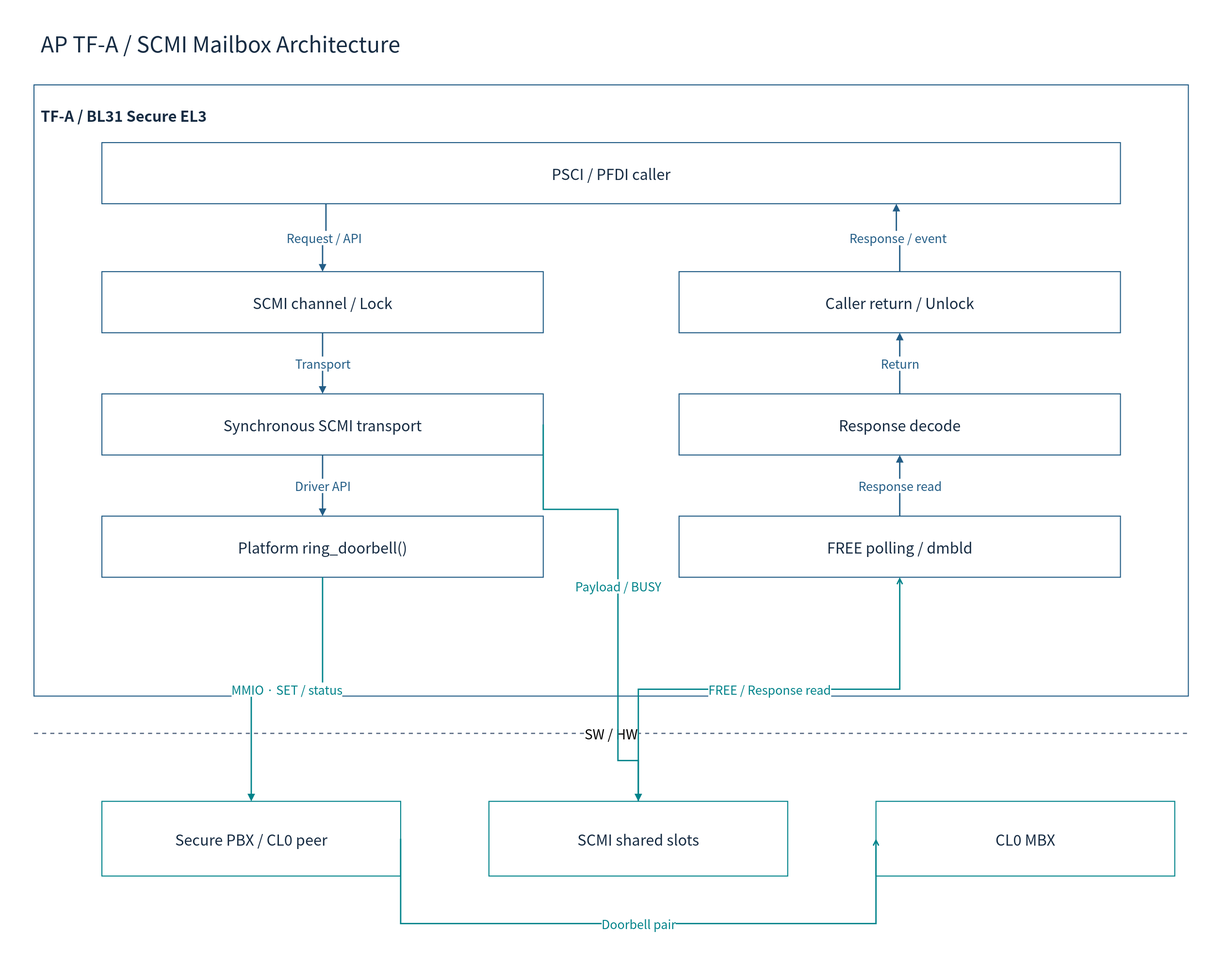
The draw.io diagram doc/phase1/mailbox/diagrams/14-tfa-software.drawio.svg in cometzero/project-apollo, before a commit. Source tidied: cells renumbered, new cells last; positions are measured from the earlier drawing's top-left corner, leaving out a move shared by most shapes.
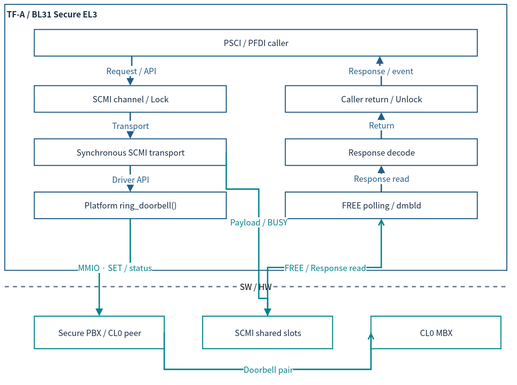
The same file after the commit.

What changed in the source:
```diff
@@ -2,88 +2,82 @@
   <root>
     <mxCell id="0" />
     <mxCell id="1" parent="0" />
-    <mxCell id="2" style="rounded=0;whiteSpace=wrap;html=1;fillColor=#FFFFFF;strokeColor=none;strokeWidth=1.5;fontColor=#172C43;fontFamily=Noto Sans CJK KR;fontSize=22;spacing=10;" parent="1" vertex="1">
-      <mxGeometry width="1800" height="1420" as="geometry" />
-    </mxCell>
-    <mxCell id="3" value="AP TF-A / SCMI Mailbox Architecture" style="rounded=0;whiteSpace=wrap;html=1;fillColor=#FFFFFF;strokeColor=none;strokeWidth=1.5;fontColor=#172C43;fontFamily=Noto Sans CJK KR;fontSize=22;spacing=10;fontSize=32;align=left;" parent="1" vertex="1">
-      <mxGeometry x="50" y="30" width="1700" height="65" as="geometry" />
-    </mxCell>
-    <mxCell id="4" value="TF-A / BL31 Secure EL3" style="rounded=0;whiteSpace=wrap;html=1;fillColor=#FFFFFF;strokeColor=#235D86;strokeWidth=1.5;fontColor=#172C43;fontFamily=Noto Sans CJK KR;fontSize=22;spacing=10;verticalAlign=top;fontStyle=1;spacingTop=16;align=left;" parent="1" vertex="1">
-      <mxGeometry x="50" y="125" width="1700" height="900" as="geometry" />
+    <mxCell id="4" value="TF-A / BL31 Secure EL3" style="rounded=0;whiteSpace=wrap;html=1;fillColor=#FFFFFF;strokeColor=#235D86;strokeWidth=1.5;fontColor=#172C43;fontFamily=Noto Sans CJK KR;verticalAlign=top;fontStyle=1;align=left;fontSize=12;spacing=3;whiteSpace=wrap;" parent="1" vertex="1">
+      <mxGeometry x="12" y="29.4" width="740" height="391.8" as="geometry" />
     </mxCell>
-    <mxCell id="5" value="PSCI / PFDI caller" style="rounded=0;whiteSpace=wrap;html=1;fillColor=#FFFFFF;strokeColor=#235D86;strokeWidth=1.5;fontColor=#172C43;fontFamily=Noto Sans CJK KR;fontSize=22;spacing=10;" parent="4" vertex="1">
-      <mxGeometry x="100" y="85" width="1500" height="90" as="geometry" />
+    <mxCell id="5" value="PSCI / PFDI caller" style="rounded=0;whiteSpace=wrap;html=1;fillColor=#FFFFFF;strokeColor=#235D86;strokeWidth=1.5;fontColor=#172C43;fontFamily=Noto Sans CJK KR;fontSize=12;spacing=3;whiteSpace=wrap;" parent="4" vertex="1">
+      <mxGeometry x="43.5" y="37" width="652.9" height="39.2" as="geometry" />
     </mxCell>
-    <mxCell id="6" value="SCMI channel / Lock" style="rounded=0;whiteSpace=wrap;html=1;fillColor=#FFFFFF;strokeColor=#235D86;strokeWidth=1.5;fontColor=#172C43;fontFamily=Noto Sans CJK KR;fontSize=22;spacing=10;" parent="4" vertex="1">
-      <mxGeometry x="100" y="275" width="650" height="90" as="geometry" />
+    <mxCell id="6" value="SCMI channel / Lock" style="rounded=0;whiteSpace=wrap;html=1;fillColor=#FFFFFF;strokeColor=#235D86;strokeWidth=1.5;fontColor=#172C43;fontFamily=Noto Sans CJK KR;fontSize=12;spacing=3;whiteSpace=wrap;" parent="4" vertex="1">
+      <mxGeometry x="43.5" y="119.7" width="282.9" height="39.2" as="geometry" />
     </mxCell>
-    <mxCell id="7" value="Synchronous SCMI transport" style="rounded=0;whiteSpace=wrap;html=1;fillColor=#FFFFFF;strokeColor=#235D86;strokeWidth=1.5;fontColor=#172C43;fontFamily=Noto Sans CJK KR;fontSize=22;spacing=10;" parent="4" vertex="1">
-      <mxGeometry x="100" y="455" width="650" height="90" as="geometry" />
+    <mxCell id="7" value="Synchronous SCMI transport" style="rounded=0;whiteSpace=wrap;html=1;fillColor=#FFFFFF;strokeColor=#235D86;strokeWidth=1.5;fontColor=#172C43;fontFamily=Noto Sans CJK KR;fontSize=12;spacing=3;whiteSpace=wrap;" parent="4" vertex="1">
+      <mxGeometry x="43.5" y="198.1" width="282.9" height="39.2" as="geometry" />
     </mxCell>
-    <mxCell id="8" value="Platform ring_doorbell()" style="rounded=0;whiteSpace=wrap;html=1;fillColor=#FFFFFF;strokeColor=#235D86;strokeWidth=1.5;fontColor=#172C43;fontFamily=Noto Sans CJK KR;fontSize=22;spacing=10;" parent="4" vertex="1">
-      <mxGeometry x="100" y="635" width="650" height="90" as="geometry" />
+    <mxCell id="8" value="Platform ring_doorbell()" style="rounded=0;whiteSpace=wrap;html=1;fillColor=#FFFFFF;strokeColor=#235D86;strokeWidth=1.5;fontColor=#172C43;fontFamily=Noto Sans CJK KR;fontSize=12;spacing=3;whiteSpace=wrap;" parent="4" vertex="1">
+      <mxGeometry x="43.5" y="276.4" width="282.9" height="39.2" as="geometry" />
     </mxCell>
-    <mxCell id="9" value="Caller return / Unlock" style="rounded=0;whiteSpace=wrap;html=1;fillColor=#FFFFFF;strokeColor=#235D86;strokeWidth=1.5;fontColor=#172C43;fontFamily=Noto Sans CJK KR;fontSize=22;spacing=10;" parent="4" vertex="1">
-      <mxGeometry x="950" y="275" width="650" height="90" as="geometry" />
+    <mxCell id="9" value="Caller return / Unlock" style="rounded=0;whiteSpace=wrap;html=1;fillColor=#FFFFFF;strokeColor=#235D86;strokeWidth=1.5;fontColor=#172C43;fontFamily=Noto Sans CJK KR;fontSize=12;spacing=3;whiteSpace=wrap;" parent="4" vertex="1">
+      <mxGeometry x="413.5" y="119.7" width="282.9" height="39.2" as="geometry" />
     </mxCell>
-    <mxCell id="10" value="Response decode" style="rounded=0;whiteSpace=wrap;html=1;fillColor=#FFFFFF;strokeColor=#235D86;strokeWidth=1.5;fontColor=#172C43;fontFamily=Noto Sans CJK KR;fontSize=22;spacing=10;" parent="4" vertex="1">
-      <mxGeometry x="950" y="455" width="650" height="90" as="geometry" />
+    <mxCell id="10" value="Response decode" style="rounded=0;whiteSpace=wrap;html=1;fillColor=#FFFFFF;strokeColor=#235D86;strokeWidth=1.5;fontColor=#172C43;fontFamily=Noto Sans CJK KR;fontSize=12;spacing=3;whiteSpace=wrap;" parent="4" vertex="1">
+      <mxGeometry x="413.5" y="198.1" width="282.9" height="39.2" as="geometry" />
     </mxCell>
-    <mxCell id="11" value="FREE polling / dmbld" style="rounded=0;whiteSpace=wrap;html=1;fillColor=#FFFFFF;strokeColor=#235D86;strokeWidth=1.5;fontColor=#172C43;fontFamily=Noto Sans CJK KR;fontSize=22;spacing=10;" parent="4" vertex="1">
-      <mxGeometry x="950" y="635" width="650" height="90" as="geometry" />
+    <mxCell id="11" value="FREE polling / dmbld" style="rounded=0;whiteSpace=wrap;html=1;fillColor=#FFFFFF;strokeColor=#235D86;strokeWidth=1.5;fontColor=#172C43;fontFamily=Noto Sans CJK KR;fontSize=12;spacing=3;whiteSpace=wrap;" parent="4" vertex="1">
+      <mxGeometry x="413.5" y="276.4" width="282.9" height="39.2" as="geometry" />
     </mxCell>
-    <mxCell id="12" value="Request / API" style="edgeStyle=orthogonalEdgeStyle;rounded=0;html=1;endArrow=block;endFill=1;strokeWidth=2;strokeColor=#235D86;fontColor=#235D86;fontFamily=Noto Sans CJK KR;fontSize=18;labelBackgroundColor=#FFFFFF;exitX=0.22;exitY=1;entryX=0.5;entryY=0;" parent="1" edge="1" source="5" target="6">
+    <mxCell id="12" value="Request / API" style="edgeStyle=orthogonalEdgeStyle;rounded=0;html=1;endArrow=block;endFill=1;strokeWidth=2;strokeColor=#235D86;fontColor=#235D86;fontFamily=Noto Sans CJK KR;labelBackgroundColor=#FFFFFF;exitX=0.22;exitY=1;entryX=0.5;entryY=0;fontSize=12;spacing=3;whiteSpace=nowrap;" parent="1" edge="1" source="5" target="6">
       <mxGeometry relative="1" as="geometry" />
     </mxCell>
-    <mxCell id="13" value="Transport" style="edgeStyle=orthogonalEdgeStyle;rounded=0;html=1;endArrow=block;endFill=1;strokeWidth=2;strokeColor=#235D86;fontColor=#235D86;fontFamily=Noto Sans CJK KR;fontSize=18;labelBackgroundColor=#FFFFFF;exitX=0.5;exitY=1;entryX=0.5;entryY=0;" parent="1" edge="1" source="6" target="7">
+    <mxCell id="13" value="Transport" style="edgeStyle=orthogonalEdgeStyle;rounded=0;html=1;endArrow=block;endFill=1;strokeWidth=2;strokeColor=#235D86;fontColor=#235D86;fontFamily=Noto Sans CJK KR;labelBackgroundColor=#FFFFFF;exitX=0.5;exitY=1;entryX=0.5;entryY=0;fontSize=12;spacing=3;whiteSpace=nowrap;" parent="1" edge="1" source="6" target="7">
       <mxGeometry relative="1" as="geometry" />
     </mxCell>
-    <mxCell id="14" value="Driver API" style="edgeStyle=orthogonalEdgeStyle;rounded=0;html=1;endArrow=block;endFill=1;strokeWidth=2;strokeColor=#235D86;fontColor=#235D86;fontFamily=Noto Sans CJK KR;fontSize=18;labelBackgroundColor=#FFFFFF;exitX=0.5;exitY=1;entryX=0.5;entryY=0;" parent="1" edge="1" source="7" target="8">
+    <mxCell id="14" value="Driver API" style="edgeStyle=orthogonalEdgeStyle;rounded=0;html=1;endArrow=block;endFill=1;strokeWidth=2;strokeColor=#235D86;fontColor=#235D86;fontFamily=Noto Sans CJK KR;labelBackgroundColor=#FFFFFF;exitX=0.5;exitY=1;entryX=0.5;entryY=0;fontSize=12;spacing=3;whiteSpace=nowrap;" parent="1" edge="1" source="7" target="8">
       <mxGeometry relative="1" as="geometry" />
     </mxCell>
-    <mxCell id="15" value="Return" style="edgeStyle=orthogonalEdgeStyle;rounded=0;html=1;endArrow=block;endFill=1;strokeWidth=2;strokeColor=#235D86;fontColor=#235D86;fontFamily=Noto Sans CJK KR;fontSize=18;labelBackgroundColor=#FFFFFF;exitX=0.5;exitY=0;entryX=0.5;entryY=1;" parent="1" edge="1" source="10" target="9">
+    <mxCell id="15" value="Return" style="edgeStyle=orthogonalEdgeStyle;rounded=0;html=1;endArrow=block;endFill=1;strokeWidth=2;strokeColor=#235D86;fontColor=#235D86;fontFamily=Noto Sans CJK KR;labelBackgroundColor=#FFFFFF;exitX=0.5;exitY=0;entryX=0.5;entryY=1;fontSize=12;spacing=3;whiteSpace=nowrap;" parent="1" edge="1" source="10" target="9">
       <mxGeometry relative="1" as="geometry" />
     </mxCell>
-    <mxCell id="16" value="Response read" style="edgeStyle=orthogonalEdgeStyle;rounded=0;html=1;endArrow=block;endFill=1;strokeWidth=2;strokeColor=#235D86;fontColor=#235D86;fontFamily=Noto Sans CJK KR;fontSize=18;labelBackgroundColor=#FFFFFF;exitX=0.5;exitY=0;entryX=0.5;entryY=1;" parent="1" edge="1" source="11" target="10">
+    <mxCell id="16" value="Response read" style="edgeStyle=orthogonalEdgeStyle;rounded=0;html=1;endArrow=block;endFill=1;strokeWidth=2;strokeColor=#235D86;fontColor=#235D86;fontFamily=Noto Sans CJK KR;labelBackgroundColor=#FFFFFF;exitX=0.5;exitY=0;entryX=0.5;entryY=1;fontSize=12;spacing=3;whiteSpace=nowrap;" parent="1" edge="1" source="11" target="10">
       <mxGeometry relative="1" as="geometry" />
     </mxCell>
-    <mxCell id="17" value="Response / event" style="edgeStyle=orthogonalEdgeStyle;rounded=0;html=1;endArrow=block;endFill=1;strokeWidth=2;strokeColor=#235D86;fontColor=#235D86;fontFamily=Noto Sans CJK KR;fontSize=18;labelBackgroundColor=#FFFFFF;exitX=0.5;exitY=0;entryX=0.78;entryY=1;" parent="1" edge="1" source="9" target="5">
+    <mxCell id="17" value="Response / event" style="edgeStyle=orthogonalEdgeStyle;rounded=0;html=1;endArrow=block;endFill=1;strokeWidth=2;strokeColor=#235D86;fontColor=#235D86;fontFamily=Noto Sans CJK KR;labelBackgroundColor=#FFFFFF;exitX=0.5;exitY=0;entryX=0.78;entryY=1;fontSize=12;spacing=3;whiteSpace=nowrap;" parent="1" edge="1" source="9" target="5">
       <mxGeometry relative="1" as="geometry" />
     </mxCell>
-    <mxCell id="18" value="SW / HW" style="endArrow=none;dashed=1;strokeColor=#64748B;strokeWidth=2;fontSize=20;labelBackgroundColor=#FFFFFF;fontFamily=Noto Sans CJK KR;" parent="1" edge="1">
+    <mxCell id="18" value="SW / HW" style="endArrow=none;dashed=1;strokeColor=#64748B;strokeWidth=2;labelBackgroundColor=#FFFFFF;fontFamily=Noto Sans CJK KR;fontSize=12;spacing=3;whiteSpace=nowrap;" parent="1" edge="1">
       <mxGeometry relative="1" as="geometry">
-        <mxPoint x="50" y="1080" as="sourcePoint" />
-        <mxPoint x="1750" y="1080" as="targetPoint" />
+        <mxPoint x="12" y="445.1" as="sourcePoint" />
+        <mxPoint x="752" y="445.1" as="targetPoint" />
       </mxGeometry>
     </mxCell>
-    <mxCell id="19" value="Secure PBX / CL0 peer" style="rounded=0;whiteSpace=wrap;html=1;fillColor=#FFFFFF;strokeColor=#00838A;strokeWidth=1.5;fontColor=#172C43;fontFamily=Noto Sans CJK KR;fontSize=22;spacing=10;" parent="1" vertex="1">
-      <mxGeometry x="150" y="1180" width="440" height="110" as="geometry" />
+    <mxCell id="19" value="Secure PBX / CL0 peer" style="rounded=0;whiteSpace=wrap;html=1;fillColor=#FFFFFF;strokeColor=#00838A;strokeWidth=1.5;fontColor=#172C43;fontFamily=Noto Sans CJK KR;fontSize=12;spacing=3;whiteSpace=wrap;" parent="1" vertex="1">
+      <mxGeometry x="55.5" y="488.6" width="191.5" height="47.9" as="geometry" />
     </mxCell>
-    <mxCell id="20" value="SCMI shared slots" style="rounded=0;whiteSpace=wrap;html=1;fillColor=#FFFFFF;strokeColor=#00838A;strokeWidth=1.5;fontColor=#172C43;fontFamily=Noto Sans CJK KR;fontSize=22;spacing=10;" parent="1" vertex="1">
-      <mxGeometry x="720" y="1180" width="440" height="110" as="geometry" />
+    <mxCell id="20" value="SCMI shared slots" style="rounded=0;whiteSpace=wrap;html=1;fillColor=#FFFFFF;strokeColor=#00838A;strokeWidth=1.5;fontColor=#172C43;fontFamily=Noto Sans CJK KR;fontSize=12;spacing=3;whiteSpace=wrap;" parent="1" vertex="1">
+      <mxGeometry x="303.6" y="488.6" width="191.5" height="47.9" as="geometry" />
     </mxCell>
-    <mxCell id="21" value="CL0 MBX" style="rounded=0;whiteSpace=wrap;html=1;fillColor=#FFFFFF;strokeColor=#00838A;strokeWidth=1.5;fontColor=#172C43;fontFamily=Noto Sans CJK KR;fontSize=22;spacing=10;" parent="1" vertex="1">
-      <mxGeometry x="1290" y="1180" width="440" height="110" as="geometry" />
+    <mxCell id="21" value="CL0 MBX" style="rounded=0;whiteSpace=wrap;html=1;fillColor=#FFFFFF;strokeColor=#00838A;strokeWidth=1.5;fontColor=#172C43;fontFamily=Noto Sans CJK KR;fontSize=12;spacing=3;whiteSpace=wrap;" parent="1" vertex="1">
+      <mxGeometry x="551.8" y="488.6" width="191.5" height="47.9" as="geometry" />
     </mxCell>
-    <mxCell id="22" value="MMIO · SET / status" style="edgeStyle=orthogonalEdgeStyle;rounded=0;html=1;endArrow=block;endFill=1;strokeWidth=2;strokeColor=#00838A;fontColor=#00838A;fontFamily=Noto Sans CJK KR;fontSize=18;labelBackgroundColor=#FFFFFF;exitX=0.5;exitY=1;entryX=0.5;entryY=0;" parent="1" edge="1" source="8" target="19">
+    <mxCell id="22" value="MMIO · SET / status" style="edgeStyle=orthogonalEdgeStyle;rounded=0;html=1;endArrow=block;endFill=1;strokeWidth=2;strokeColor=#00838A;fontColor=#00838A;fontFamily=Noto Sans CJK KR;labelBackgroundColor=#FFFFFF;exitX=0.5;exitY=1;entryX=0.5;entryY=0;fontSize=12;spacing=3;whiteSpace=nowrap;" parent="1" edge="1" source="8" target="19">
       <mxGeometry relative="1" as="geometry" />
     </mxCell>
-    <mxCell id="23" value="FREE / Response read" style="edgeStyle=orthogonalEdgeStyle;rounded=0;html=1;endArrow=open;endFill=1;strokeWidth=2;strokeColor=#00838A;fontColor=#00838A;fontFamily=Noto Sans CJK KR;fontSize=18;labelBackgroundColor=#FFFFFF;exitX=0.5;exitY=0;entryX=0.5;entryY=1;" parent="1" edge="1" source="20" target="11">
+    <mxCell id="23" value="FREE / Response read" style="edgeStyle=orthogonalEdgeStyle;rounded=0;html=1;endArrow=open;endFill=1;strokeWidth=2;strokeColor=#00838A;fontColor=#00838A;fontFamily=Noto Sans CJK KR;labelBackgroundColor=#FFFFFF;exitX=0.5;exitY=0;entryX=0.5;entryY=1;fontSize=12;spacing=3;whiteSpace=nowrap;" parent="1" edge="1" source="20" target="11">
       <mxGeometry relative="1" as="geometry" />
     </mxCell>
-    <mxCell id="24" value="Doorbell pair" style="edgeStyle=orthogonalEdgeStyle;rounded=0;html=1;endArrow=open;endFill=1;strokeWidth=2;strokeColor=#00838A;fontColor=#00838A;fontFamily=Noto Sans CJK KR;fontSize=18;labelBackgroundColor=#FFFFFF;exitX=1;exitY=0.5;entryX=0;entryY=0.5;" parent="1" edge="1" source="19" target="21">
+    <mxCell id="24" value="Doorbell pair" style="edgeStyle=orthogonalEdgeStyle;rounded=0;html=1;endArrow=open;endFill=1;strokeWidth=2;strokeColor=#00838A;fontColor=#00838A;fontFamily=Noto Sans CJK KR;labelBackgroundColor=#FFFFFF;exitX=1;exitY=0.5;entryX=0;entryY=0.5;fontSize=12;spacing=3;whiteSpace=nowrap;" parent="1" edge="1" source="19" target="21">
       <mxGeometry relative="1" as="geometry">
         <Array as="points">
-          <mxPoint x="650" y="1360" />
-          <mxPoint x="1500" y="1360" />
+          <mxPoint x="273.2" y="567" />
+          <mxPoint x="643.2" y="567" />
         </Array>
       </mxGeometry>
     </mxCell>
-    <mxCell id="25" value="Payload / BUSY" style="edgeStyle=orthogonalEdgeStyle;rounded=0;html=1;endArrow=block;endFill=1;strokeWidth=2;strokeColor=#00838A;fontColor=#00838A;fontFamily=Noto Sans CJK KR;fontSize=18;labelBackgroundColor=#FFFFFF;exitX=1;exitY=0.5;entryX=0.5;entryY=0;" parent="1" edge="1" source="7" target="20">
+    <mxCell id="25" value="Payload / BUSY" style="edgeStyle=orthogonalEdgeStyle;rounded=0;html=1;endArrow=block;endFill=1;strokeWidth=2;strokeColor=#00838A;fontColor=#00838A;fontFamily=Noto Sans CJK KR;labelBackgroundColor=#FFFFFF;exitX=1;exitY=0.5;entryX=0.5;entryY=0;fontSize=12;spacing=3;whiteSpace=nowrap;" parent="1" edge="1" source="7" target="20">
       <mxGeometry relative="1" as="geometry">
         <Array as="points">
-          <mxPoint x="910" y="750" />
-          <mxPoint x="910" y="1120" />
+          <mxPoint x="386.4" y="301.5" />
+          <mxPoint x="386.4" y="462.5" />
         </Array>
       </mxGeometry>
     </mxCell>
```
